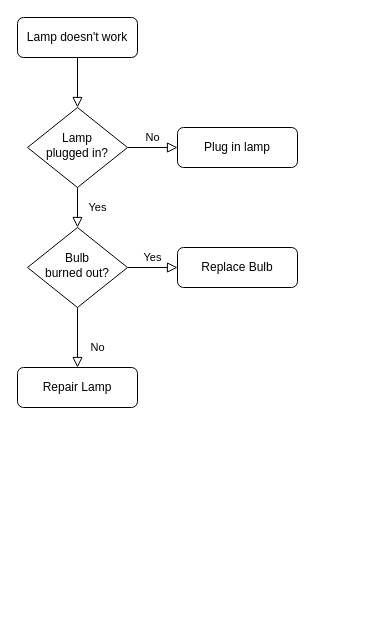
bapukokare/assignment keeps this draw.io diagram as Untitled Diagram.drawio. Above is the earlier version. Source tidied: cells renumbered, new cells numbered last; positions are measured from the earlier drawing's top-left corner, leaving out a move shared by most shapes. Both pictures are drawn from the tidied source at 100%, with x=0, y=0 at pixel (17, 17).
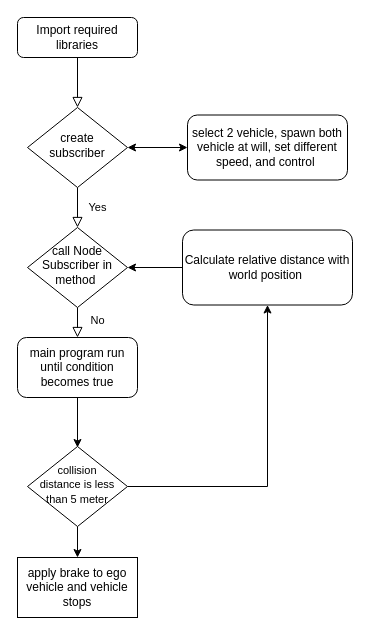
Above is the later version.

Commit message:
Autonomous emergency braking

Diff of the diagram source:
```diff
@@
 <mxGraphModel>
   <root>
     <mxCell id="0" />
     <mxCell id="1" parent="0" />
     <mxCell id="2" style="rounded=0;html=1;jettySize=auto;fontSize=11;endArrow=block;endFill=0;endSize=8;strokeWidth=1;shadow=0;labelBackgroundColor=none;edgeStyle=orthogonalEdgeStyle;" parent="1" edge="1" source="3" target="6">
       <mxGeometry relative="1" as="geometry" />
     </mxCell>
-    <mxCell id="3" value="Lamp doesn't work" style="rounded=1;whiteSpace=wrap;html=1;fontSize=12;glass=0;strokeWidth=1;shadow=0;" parent="1" vertex="1">
+    <mxCell id="3" value="Import required libraries" style="rounded=1;whiteSpace=wrap;html=1;fontSize=12;glass=0;strokeWidth=1;shadow=0;" parent="1" vertex="1">
       <mxGeometry width="120" height="40" as="geometry" />
     </mxCell>
     <mxCell id="4" value="Yes" style="rounded=0;html=1;jettySize=auto;fontSize=11;endArrow=block;endFill=0;endSize=8;strokeWidth=1;shadow=0;labelBackgroundColor=none;edgeStyle=orthogonalEdgeStyle;" parent="1" edge="1" source="6" target="10">
       <mxGeometry y="20" relative="1" as="geometry" />
     </mxCell>
-    <mxCell id="5" value="No" style="edgeStyle=orthogonalEdgeStyle;rounded=0;html=1;jettySize=auto;fontSize=11;endArrow=block;endFill=0;endSize=8;strokeWidth=1;shadow=0;labelBackgroundColor=none;" parent="1" edge="1" source="6" target="7">
-      <mxGeometry y="10" relative="1" as="geometry" />
-    </mxCell>
-    <mxCell id="6" value="Lamp&lt;br&gt;plugged in?" style="rhombus;whiteSpace=wrap;html=1;shadow=0;fontFamily=Helvetica;fontSize=12;align=center;strokeWidth=1;spacing=6;spacingTop=-4;" parent="1" vertex="1">
+    <mxCell id="6" value="create subscriber" style="rhombus;whiteSpace=wrap;html=1;shadow=0;fontFamily=Helvetica;fontSize=12;align=center;strokeWidth=1;spacing=6;spacingTop=-4;" parent="1" vertex="1">
       <mxGeometry x="10" y="90" width="100" height="80" as="geometry" />
     </mxCell>
-    <mxCell id="7" value="Plug in lamp" style="rounded=1;whiteSpace=wrap;html=1;fontSize=12;glass=0;strokeWidth=1;shadow=0;" parent="1" vertex="1">
-      <mxGeometry x="160" y="110" width="120" height="40" as="geometry" />
+    <mxCell id="7" value="select 2 vehicle, spawn both vehicle at will, set different speed, and control&amp;nbsp;" style="rounded=1;whiteSpace=wrap;html=1;fontSize=12;glass=0;strokeWidth=1;shadow=0;" parent="1" vertex="1">
+      <mxGeometry x="170" y="97.5" width="160" height="65" as="geometry" />
     </mxCell>
-    <mxCell id="8" value="No" style="rounded=0;html=1;jettySize=auto;fontSize=11;endArrow=block;endFill=0;endSize=8;strokeWidth=1;shadow=0;labelBackgroundColor=none;edgeStyle=orthogonalEdgeStyle;" parent="1" edge="1" source="10" target="11">
+    <mxCell id="8" value="No" style="rounded=0;html=1;jettySize=auto;fontSize=11;endArrow=block;endFill=0;endSize=8;strokeWidth=1;shadow=0;labelBackgroundColor=none;edgeStyle=orthogonalEdgeStyle;" parent="1" edge="1" source="10" target="18">
       <mxGeometry x="0.33" y="20" relative="1" as="geometry" />
     </mxCell>
-    <mxCell id="9" value="Yes" style="edgeStyle=orthogonalEdgeStyle;rounded=0;html=1;jettySize=auto;fontSize=11;endArrow=block;endFill=0;endSize=8;strokeWidth=1;shadow=0;labelBackgroundColor=none;" parent="1" edge="1" source="10" target="12">
-      <mxGeometry y="10" relative="1" as="geometry" />
-    </mxCell>
-    <mxCell id="10" value="Bulb&lt;br&gt;burned out?" style="rhombus;whiteSpace=wrap;html=1;shadow=0;fontFamily=Helvetica;fontSize=12;align=center;strokeWidth=1;spacing=6;spacingTop=-4;" parent="1" vertex="1">
+    <mxCell id="10" value="call Node Subscriber in method&amp;nbsp;" style="rhombus;whiteSpace=wrap;html=1;shadow=0;fontFamily=Helvetica;fontSize=12;align=center;strokeWidth=1;spacing=6;spacingTop=-4;" parent="1" vertex="1">
       <mxGeometry x="10" y="210" width="100" height="80" as="geometry" />
     </mxCell>
-    <mxCell id="11" value="Repair Lamp" style="rounded=1;whiteSpace=wrap;html=1;fontSize=12;glass=0;strokeWidth=1;shadow=0;" parent="1" vertex="1">
-      <mxGeometry y="350" width="120" height="40" as="geometry" />
-    </mxCell>
-    <mxCell id="12" value="Replace Bulb" style="rounded=1;whiteSpace=wrap;html=1;fontSize=12;glass=0;strokeWidth=1;shadow=0;" parent="1" vertex="1">
-      <mxGeometry x="160" y="230" width="120" height="40" as="geometry" />
+    <mxCell id="12" value="Calculate relative distance with world position&amp;nbsp;" style="rounded=1;whiteSpace=wrap;html=1;fontSize=12;glass=0;strokeWidth=1;shadow=0;" parent="1" vertex="1">
+      <mxGeometry x="165" y="212.5" width="170" height="75" as="geometry" />
     </mxCell>
+    <mxCell id="5" style="endArrow=classic;startArrow=classic;html=1;rounded=0;exitX=1;exitY=0.5;exitDx=0;exitDy=0;entryX=0;entryY=0.5;entryDx=0;entryDy=0;" parent="1" edge="1" source="6" target="7">
+      <mxGeometry relative="1" as="geometry" />
+    </mxCell>
+    <mxCell id="13" style="endArrow=classic;html=1;rounded=0;exitX=0;exitY=0.5;exitDx=0;exitDy=0;entryX=1;entryY=0.5;entryDx=0;entryDy=0;" parent="1" edge="1" source="12" target="10">
+      <mxGeometry relative="1" as="geometry" />
+    </mxCell>
+    <mxCell id="14" style="endArrow=classic;html=1;rounded=0;exitX=0.5;exitY=1;exitDx=0;exitDy=0;" parent="1" edge="1" source="18">
+      <mxGeometry relative="1" as="geometry">
+        <mxPoint x="60" y="430" as="targetPoint" />
+      </mxGeometry>
+    </mxCell>
+    <mxCell id="15" style="edgeStyle=orthogonalEdgeStyle;rounded=0;jettySize=auto;html=1;exitX=0.5;exitY=1;exitDx=0;exitDy=0;" parent="1" edge="1" source="17" target="19">
+      <mxGeometry relative="1" as="geometry" />
+    </mxCell>
+    <mxCell id="16" style="edgeStyle=orthogonalEdgeStyle;rounded=0;jettySize=auto;html=1;exitX=1;exitY=0.5;exitDx=0;exitDy=0;entryX=0.5;entryY=1;entryDx=0;entryDy=0;" parent="1" edge="1" source="17" target="12">
+      <mxGeometry relative="1" as="geometry" />
+    </mxCell>
+    <mxCell id="17" value="&lt;font style=&quot;font-size: 11px;&quot;&gt;collision &lt;br&gt;distance is less than 5 meter&lt;/font&gt;" style="rhombus;whiteSpace=wrap;html=1;shadow=0;fontFamily=Helvetica;fontSize=12;align=center;strokeWidth=1;spacing=6;spacingTop=-4;" parent="1" vertex="1">
+      <mxGeometry x="10" y="429" width="100" height="80" as="geometry" />
+    </mxCell>
+    <mxCell id="18" value="main program run until condition becomes true" style="rounded=1;whiteSpace=wrap;html=1;" parent="1" vertex="1">
+      <mxGeometry y="320" width="120" height="60" as="geometry" />
+    </mxCell>
+    <mxCell id="19" value="apply brake to ego vehicle and vehicle stops" style="rounded=0;whiteSpace=wrap;html=1;" parent="1" vertex="1">
+      <mxGeometry y="540" width="120" height="60" as="geometry" />
+    </mxCell>
   </root>
 </mxGraphModel>
```
